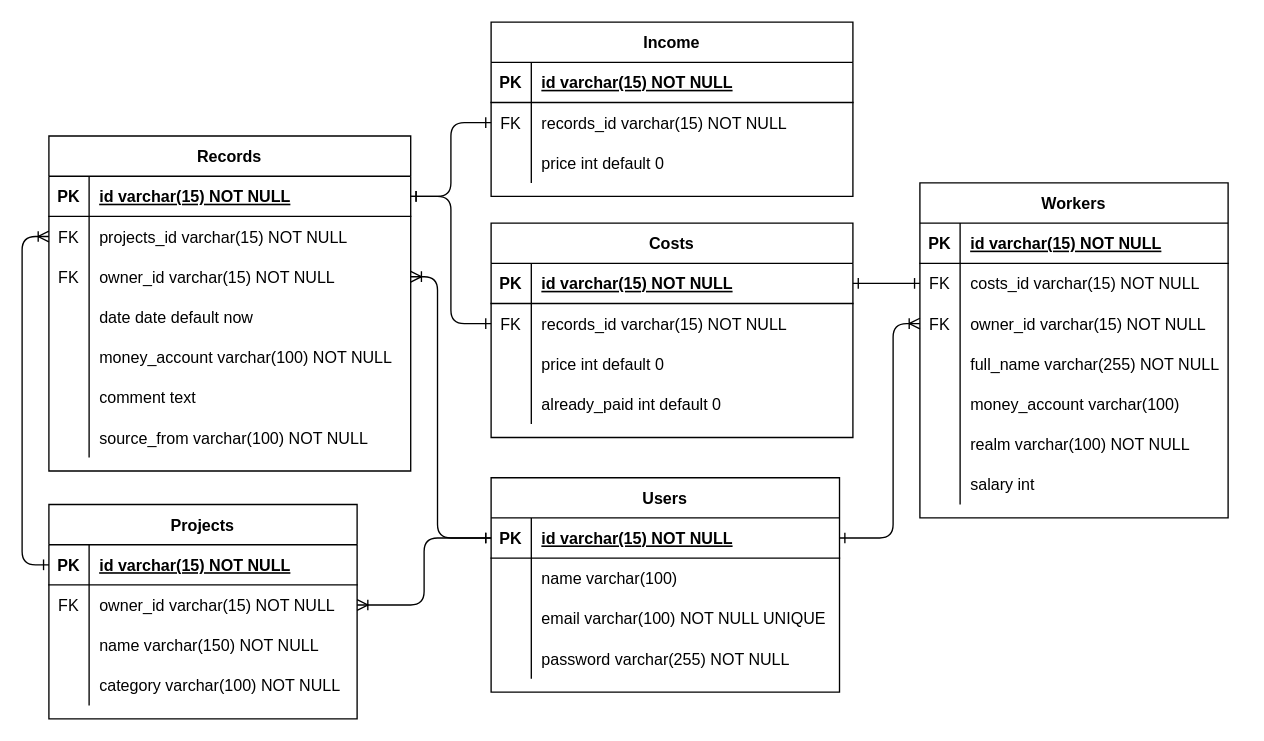
This is DB.drawio from VanyaKupnevskij/buisnesService_backend, a draw.io file, before an edit. Source tidied: cells renumbered, new cells numbered last; positions are measured from the earlier drawing's top-left corner, leaving out a move shared by most shapes. Both pictures are drawn from the tidied source at 134%, with x=0, y=0 at pixel (8, -66).
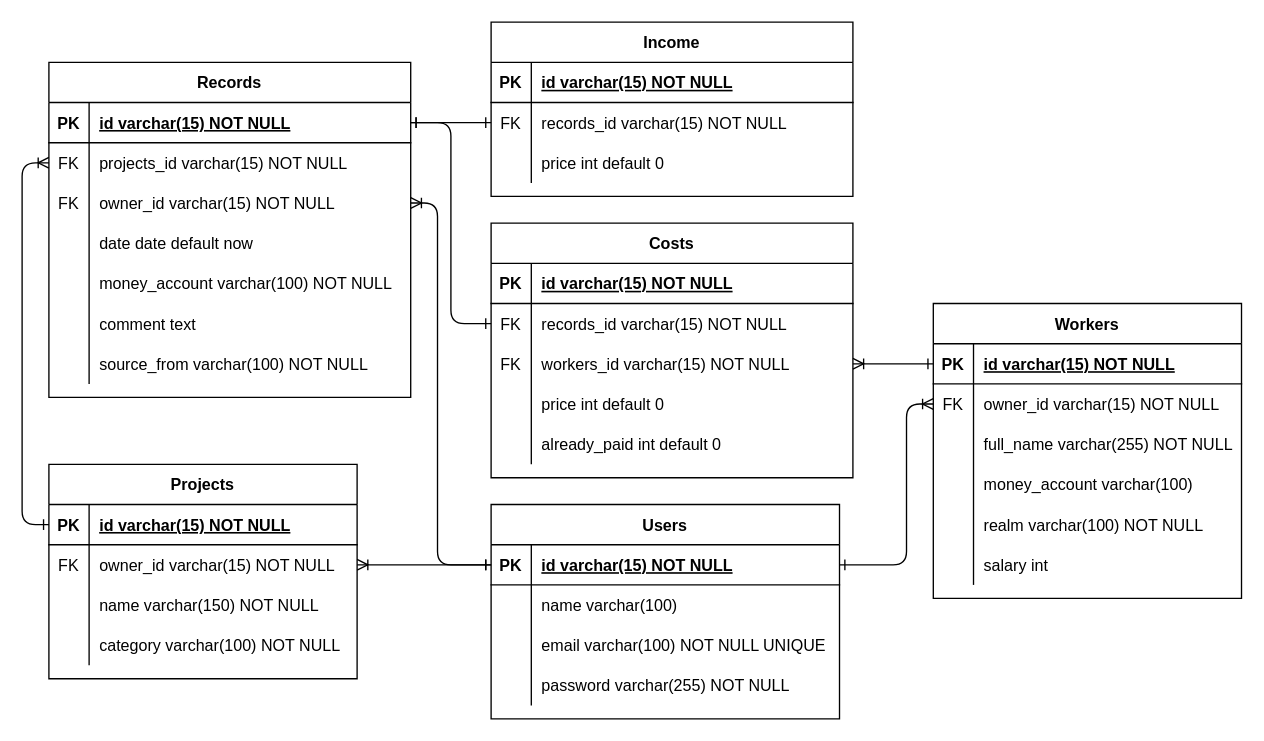
The same page after the edit.

Unchanged cells that the change refers to:
```xml
<mxCell id="3" style="shape=partialRectangle;fillColor=none;points=[[0,0.5],[1,0.5]];portConstraint=eastwest;top=0;left=0;right=0;bottom=1;" parent="2" vertex="1">
  <mxGeometry y="30" width="260" height="30" as="geometry" />
</mxCell>
<mxCell id="29" style="shape=partialRectangle;fillColor=none;points=[[0,0.5],[1,0.5]];portConstraint=eastwest;top=0;left=0;right=0;bottom=1;" parent="28" vertex="1">
  <mxGeometry y="30" width="230" height="30" as="geometry" />
</mxCell>
<mxCell id="83" style="shape=partialRectangle;fillColor=none;points=[[0,0.5],[1,0.5]];portConstraint=eastwest;top=0;left=0;right=0;bottom=1;" parent="82" vertex="1">
  <mxGeometry y="30" width="270" height="30" as="geometry" />
</mxCell>
```

Change to the diagram source:
```diff
@@
     <mxCell id="2" value="Users" style="shape=table;startSize=30;childLayout=tableLayout;rowLines=0;fontStyle=1;align=center;" parent="1" vertex="1">
-      <mxGeometry x="360" y="405" width="260" height="160" as="geometry" />
+      <mxGeometry x="360" y="425" width="260" height="160" as="geometry" />
     </mxCell>
@@
     <mxCell id="15" value="Projects" style="shape=table;startSize=30;childLayout=tableLayout;rowLines=0;fontStyle=1;align=center;" parent="1" vertex="1">
-      <mxGeometry x="30" y="425" width="230" height="160" as="geometry" />
+      <mxGeometry x="30" y="395" width="230" height="160" as="geometry" />
     </mxCell>
@@
     <mxCell id="28" value="Workers" style="shape=table;startSize=30;childLayout=tableLayout;rowLines=0;fontStyle=1;align=center;" parent="1" vertex="1">
-      <mxGeometry x="680" y="185" width="230" height="250" as="geometry" />
+      <mxGeometry x="690" y="275" width="230" height="220" as="geometry" />
     </mxCell>
@@
-    <mxCell id="32" style="shape=partialRectangle;fillColor=none;points=[[0,0.5],[1,0.5]];portConstraint=eastwest;top=0;left=0;right=0;bottom=0;" parent="28" vertex="1">
-      <mxGeometry y="60" width="230" height="30" as="geometry" />
-    </mxCell>
-    <mxCell id="33" value="FK" style="shape=partialRectangle;overflow=hidden;fillColor=none;top=0;left=0;bottom=0;right=0;" parent="32" vertex="1">
-      <mxGeometry width="30" height="30" as="geometry" />
-    </mxCell>
-    <mxCell id="34" value="costs_id varchar(15) NOT NULL" style="shape=partialRectangle;overflow=hidden;fillColor=none;top=0;left=0;bottom=0;right=0;align=left;spacingLeft=6;" parent="32" vertex="1">
-      <mxGeometry x="30" width="200" height="30" as="geometry" />
-    </mxCell>
     <mxCell id="35" style="shape=partialRectangle;fillColor=none;points=[[0,0.5],[1,0.5]];portConstraint=eastwest;top=0;left=0;right=0;bottom=0;" parent="28" vertex="1">
-      <mxGeometry y="90" width="230" height="30" as="geometry" />
+      <mxGeometry y="60" width="230" height="30" as="geometry" />
     </mxCell>
@@
     <mxCell id="38" style="shape=partialRectangle;fillColor=none;top=0;left=0;right=0;bottom=0;" parent="28" vertex="1">
-      <mxGeometry y="120" width="230" height="30" as="geometry" />
+      <mxGeometry y="90" width="230" height="30" as="geometry" />
     </mxCell>
@@
     <mxCell id="41" style="shape=partialRectangle;fillColor=none;top=0;left=0;right=0;bottom=0;" parent="28" vertex="1">
-      <mxGeometry y="150" width="230" height="30" as="geometry" />
+      <mxGeometry y="120" width="230" height="30" as="geometry" />
     </mxCell>
@@
     <mxCell id="44" style="shape=partialRectangle;fillColor=none;top=0;left=0;right=0;bottom=0;" parent="28" vertex="1">
-      <mxGeometry y="180" width="230" height="30" as="geometry" />
+      <mxGeometry y="150" width="230" height="30" as="geometry" />
     </mxCell>
@@
     <mxCell id="47" style="shape=partialRectangle;fillColor=none;top=0;left=0;right=0;bottom=0;" parent="28" vertex="1">
-      <mxGeometry y="210" width="230" height="30" as="geometry" />
+      <mxGeometry y="180" width="230" height="30" as="geometry" />
     </mxCell>
@@
     <mxCell id="50" value="Records" style="shape=table;startSize=30;childLayout=tableLayout;rowLines=0;fontStyle=1;align=center;" parent="1" vertex="1">
-      <mxGeometry x="30" y="150" width="270" height="250" as="geometry" />
+      <mxGeometry x="30" y="95" width="270" height="250" as="geometry" />
     </mxCell>
@@
     <mxCell id="82" value="Costs" style="shape=table;startSize=30;childLayout=tableLayout;rowLines=0;fontStyle=1;align=center;" parent="1" vertex="1">
-      <mxGeometry x="360" y="215" width="270" height="160" as="geometry" />
+      <mxGeometry x="360" y="215" width="270" height="190" as="geometry" />
     </mxCell>
@@
+    <mxCell id="32" style="shape=partialRectangle;fillColor=none;points=[[0,0.5],[1,0.5]];portConstraint=eastwest;top=0;left=0;right=0;bottom=0;" parent="82" vertex="1">
+      <mxGeometry y="90" width="270" height="30" as="geometry" />
+    </mxCell>
+    <mxCell id="33" value="FK" style="shape=partialRectangle;overflow=hidden;fillColor=none;top=0;left=0;bottom=0;right=0;" parent="32" vertex="1">
+      <mxGeometry width="30" height="30" as="geometry" />
+    </mxCell>
+    <mxCell id="34" value="workers_id varchar(15) NOT NULL" style="shape=partialRectangle;overflow=hidden;fillColor=none;top=0;left=0;bottom=0;right=0;align=left;spacingLeft=6;" parent="32" vertex="1">
+      <mxGeometry x="30" width="240" height="30" as="geometry" />
+    </mxCell>
     <mxCell id="89" style="shape=partialRectangle;fillColor=none;top=0;left=0;right=0;bottom=0;" parent="82" vertex="1">
-      <mxGeometry y="90" width="270" height="30" as="geometry" />
+      <mxGeometry y="120" width="270" height="30" as="geometry" />
     </mxCell>
@@
     <mxCell id="92" style="shape=partialRectangle;fillColor=none;top=0;left=0;right=0;bottom=0;" parent="82" vertex="1">
-      <mxGeometry y="120" width="270" height="30" as="geometry" />
+      <mxGeometry y="150" width="270" height="30" as="geometry" />
     </mxCell>
@@
-    <mxCell id="97" style="edgeStyle=elbowEdgeStyle;html=1;entryX=1;entryY=0.5;entryDx=0;entryDy=0;startArrow=ERone;startFill=0;endArrow=ERone;endFill=0;" parent="1" edge="1" source="32" target="83">
-      <mxGeometry relative="1" as="geometry" />
-    </mxCell>
@@
     <mxCell id="100" style="edgeStyle=elbowEdgeStyle;html=1;entryX=1;entryY=0.5;entryDx=0;entryDy=0;startArrow=ERoneToMany;startFill=0;endArrow=ERone;endFill=0;" parent="1" edge="1" source="35" target="3">
       <mxGeometry relative="1" as="geometry">
         <Array as="points">
+          <mxPoint x="670" y="385" />
           <mxPoint x="660" y="405" />
         </Array>
       </mxGeometry>
     </mxCell>
@@
+    <mxCell id="102" style="edgeStyle=elbowEdgeStyle;html=1;startArrow=ERoneToMany;startFill=0;endArrow=ERone;endFill=0;" parent="1" edge="1" source="32" target="29">
+      <mxGeometry relative="1" as="geometry" />
+    </mxCell>
```
